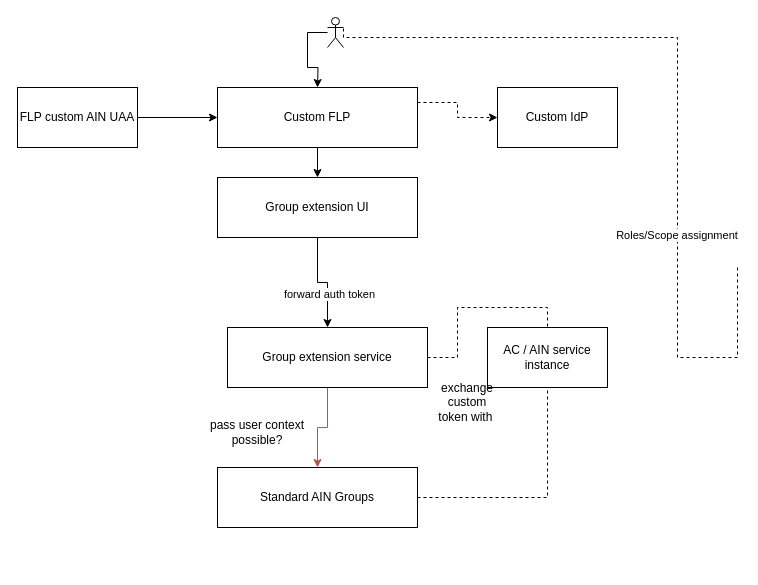
MohdSaifz/geojsons keeps this draw.io diagram as page "Page-9" (9 of 12) of Untitled Diagram.drawio. Above is the earlier version. Source tidied: cells renumbered, new cells numbered last; positions are measured from the earlier drawing's top-left corner, leaving out a move shared by most shapes. Both pictures are drawn from the tidied source at 100%, with x=0, y=0 at pixel (17, 17).
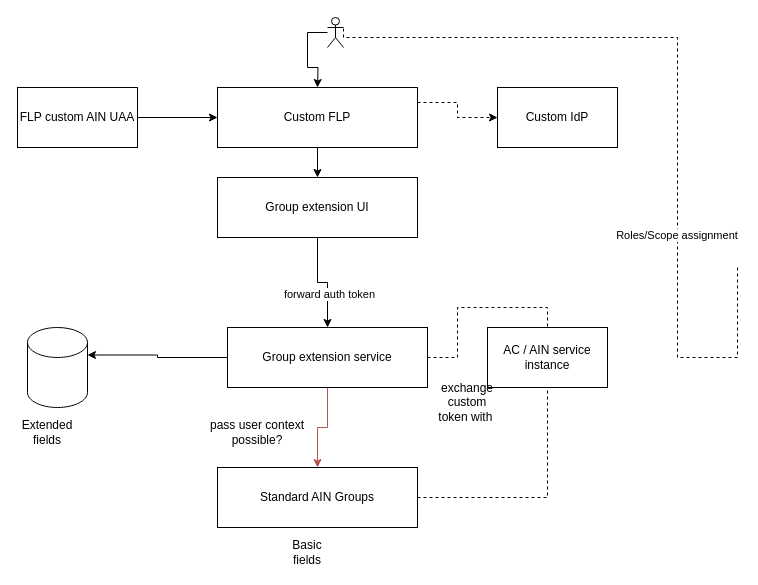
The same page after the edit.

The change refers to these unchanged cells:
```xml
<mxCell id="4" value="Group extension service" style="rounded=0;whiteSpace=wrap;html=1;" parent="1" vertex="1">
  <mxGeometry x="210" y="310" width="200" height="60" as="geometry" />
</mxCell>
```

The edit, as a diff of the source:
```diff
@@
+    <mxCell id="23" style="edgeStyle=orthogonalEdgeStyle;rounded=0;jettySize=auto;html=1;entryX=1;entryY=0;entryDx=0;entryDy=27.5;entryPerimeter=0;" parent="1" edge="1" source="4" target="24">
+      <mxGeometry relative="1" as="geometry" />
+    </mxCell>
@@
+    <mxCell id="24" style="shape=cylinder3;whiteSpace=wrap;html=1;boundedLbl=1;backgroundOutline=1;size=15;" parent="1" vertex="1">
+      <mxGeometry x="10" y="310" width="60" height="80" as="geometry" />
+    </mxCell>
+    <mxCell id="25" value="Extended fields" style="text;html=1;strokeColor=none;fillColor=none;align=center;verticalAlign=middle;whiteSpace=wrap;rounded=0;" parent="1" vertex="1">
+      <mxGeometry y="400" width="60" height="30" as="geometry" />
+    </mxCell>
+    <mxCell id="26" value="Basic fields" style="text;html=1;strokeColor=none;fillColor=none;align=center;verticalAlign=middle;whiteSpace=wrap;rounded=0;" parent="1" vertex="1">
+      <mxGeometry x="260" y="520" width="60" height="30" as="geometry" />
+    </mxCell>
```
